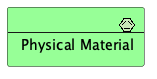
This is doc/elements/physical-material.plantuml.png from SixArm/archimate-examples, a PlantUML export, as it was before one commit. Source of this version:
```plantuml
@startuml
!include <archimate/Archimate>
Physical_Material(PM_01, "Physical Material")
@enduml
```
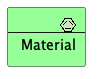
After the commit.

The edit, as a diff of the source:
```diff
@@ -1,4 +1,4 @@
 @startuml
 !include <archimate/Archimate>
-Physical_Material(PM_01, "Physical Material")
+Physical_Material(Material, "Material")
 @enduml
```
